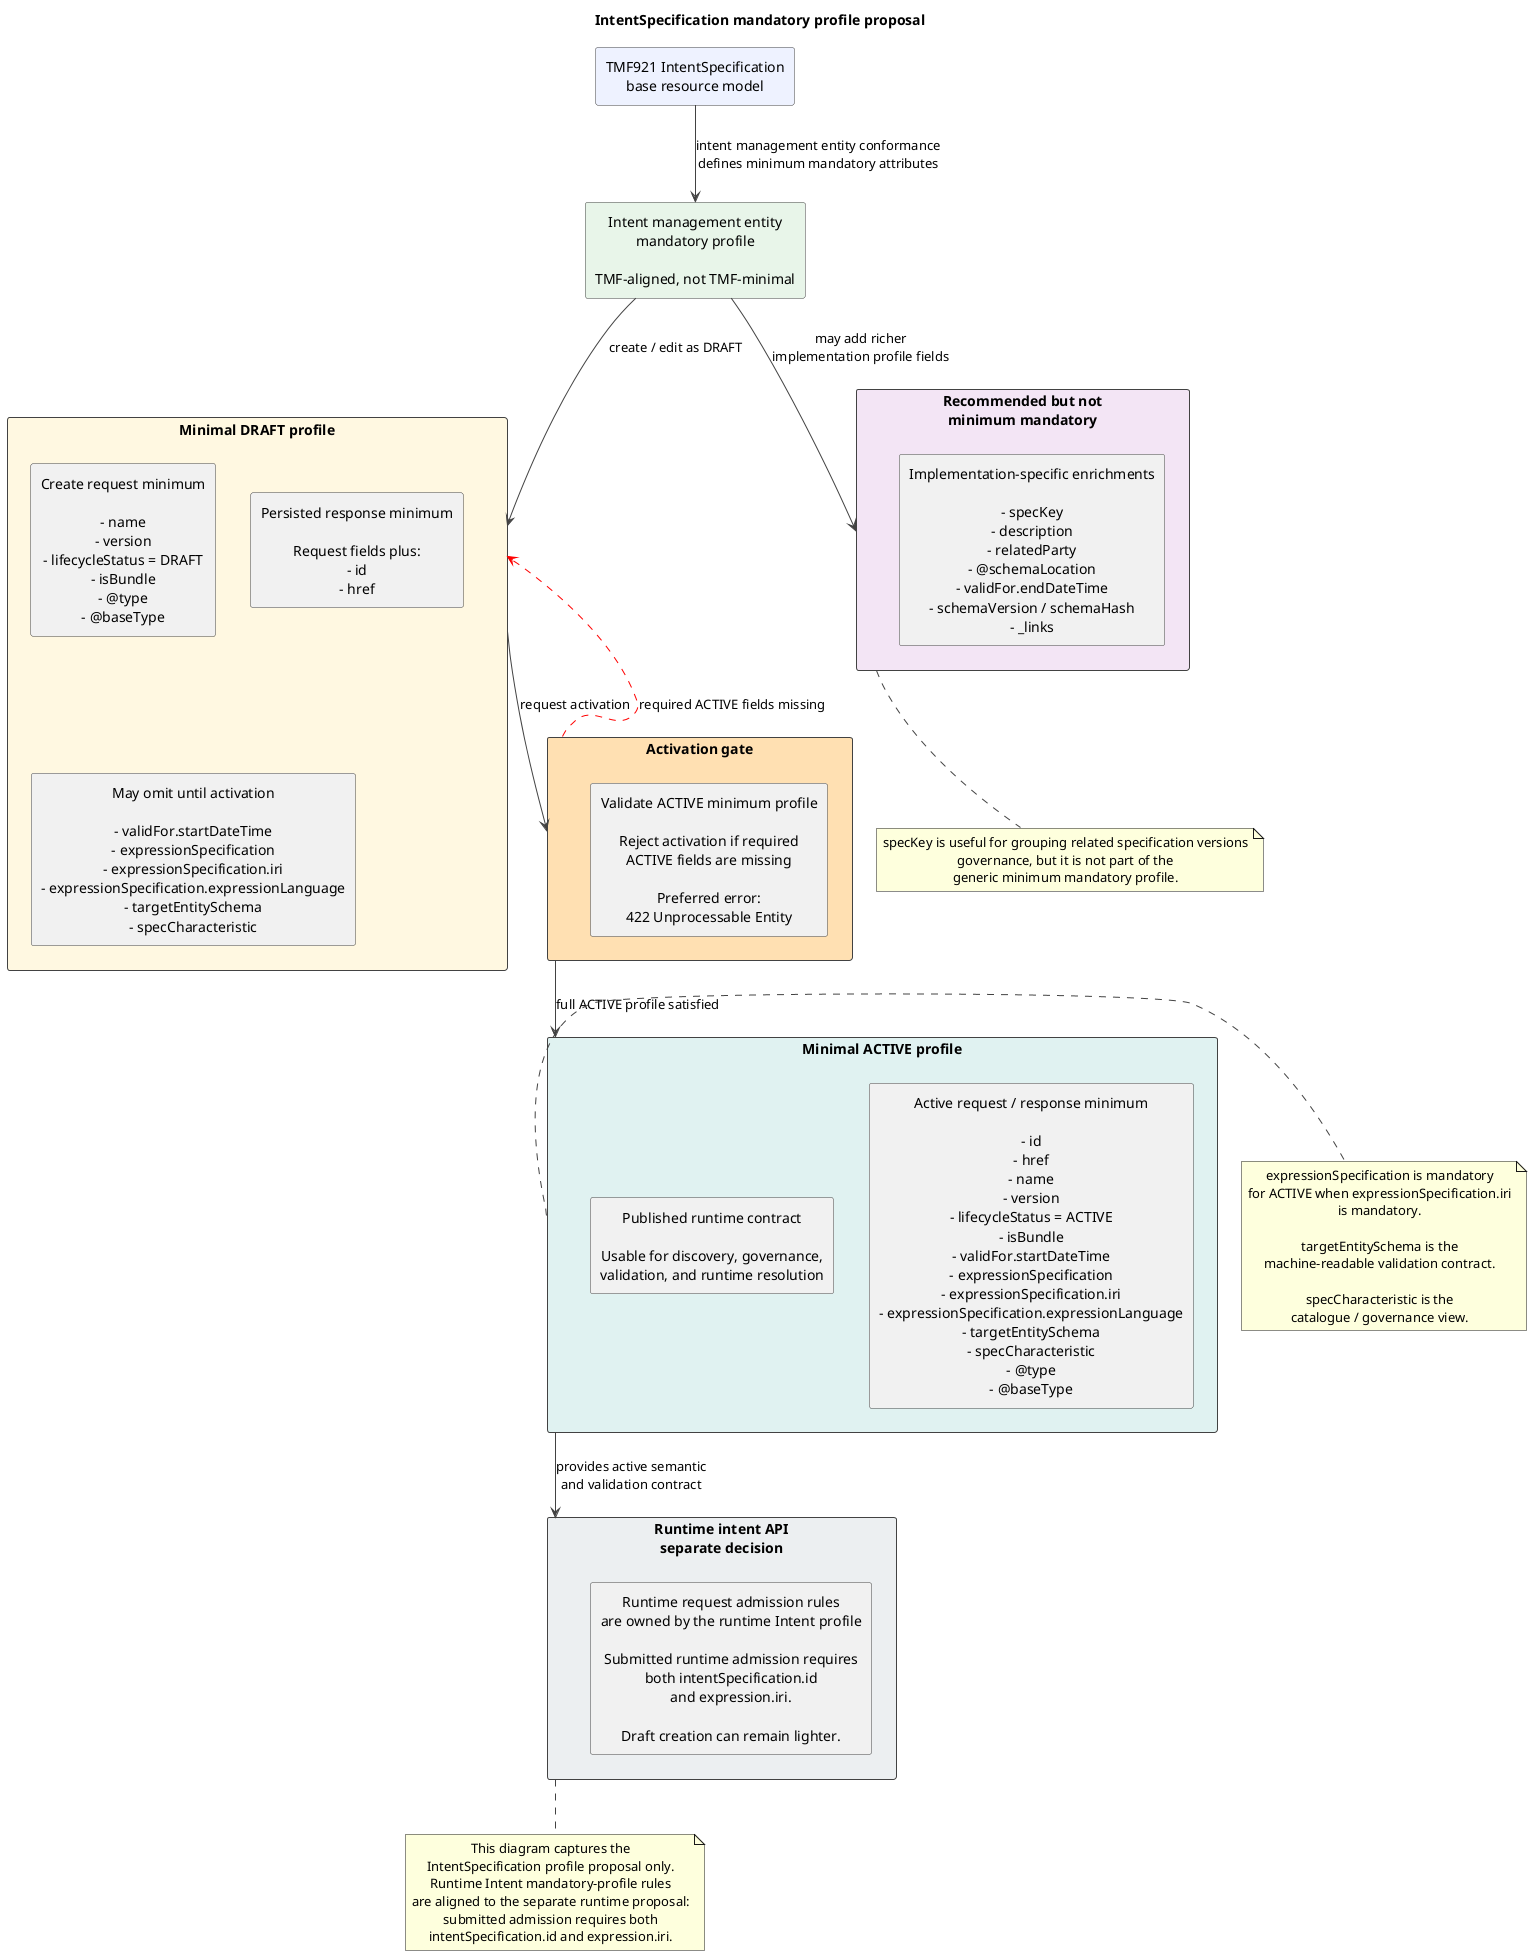
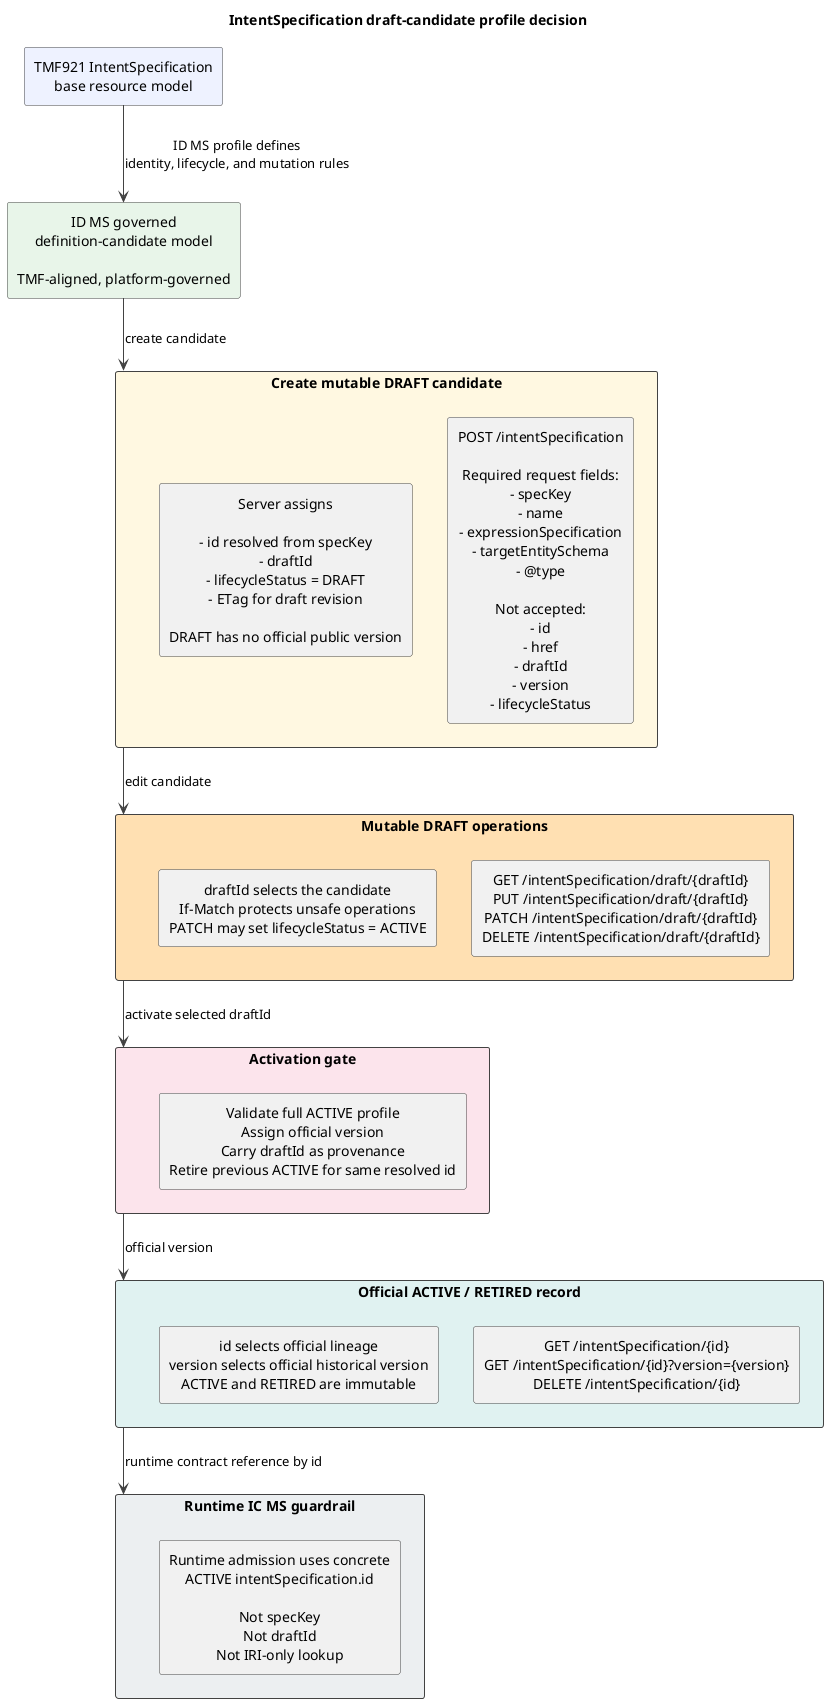
@startuml
- title IntentSpecification mandatory profile proposal
+ title IntentSpecification draft-candidate profile decision

skinparam shadowing false
skinparam defaultTextAlignment center
skinparam packageStyle rectangle
skinparam ArrowColor #424242
skinparam RectangleBorderColor #424242

rectangle "TMF921 IntentSpecification\nbase resource model" as TMF #EEF2FF
+ rectangle "ID MS governed\ndefinition-candidate model\n\nTMF-aligned, platform-governed" as PROFILE #E8F5E9

- rectangle "Intent management entity\nmandatory profile\n\nTMF-aligned, not TMF-minimal" as PROFILE #E8F5E9
+ TMF --> PROFILE : ID MS profile defines\nidentity, lifecycle, and mutation rules

- TMF --> PROFILE : intent management entity conformance\ndefines minimum mandatory attributes
- 
- rectangle "Minimal DRAFT profile" as DRAFT #FFF8E1 {
-   rectangle "Create request minimum\n\n- name\n- version\n- lifecycleStatus = DRAFT\n- isBundle\n- @type\n- @baseType" as DRAFT_REQ
-   rectangle "Persisted response minimum\n\nRequest fields plus:\n- id\n- href" as DRAFT_RESP
-   rectangle "May omit until activation\n\n- validFor.startDateTime\n- expressionSpecification\n- expressionSpecification.iri\n- expressionSpecification.expressionLanguage\n- targetEntitySchema\n- specCharacteristic" as DRAFT_OMIT
+ rectangle "Create mutable DRAFT candidate" as DRAFT #FFF8E1 {
+   rectangle "POST /intentSpecification\n\nRequired request fields:\n- specKey\n- name\n- expressionSpecification\n- targetEntitySchema\n- @type\n\nNot accepted:\n- id\n- href\n- draftId\n- version\n- lifecycleStatus" as DRAFT_REQ
+   rectangle "Server assigns\n\n- id resolved from specKey\n- draftId\n- lifecycleStatus = DRAFT\n- ETag for draft revision\n\nDRAFT has no official public version" as DRAFT_RESP
}

- rectangle "Activation gate" as GATE #FFE0B2 {
-   rectangle "Validate ACTIVE minimum profile\n\nReject activation if required\nACTIVE fields are missing\n\nPreferred error:\n422 Unprocessable Entity" as VALIDATE
+ rectangle "Mutable DRAFT operations" as DRAFT_OPS #FFE0B2 {
+   rectangle "GET /intentSpecification/draft/{draftId}\nPUT /intentSpecification/draft/{draftId}\nPATCH /intentSpecification/draft/{draftId}\nDELETE /intentSpecification/draft/{draftId}" as DRAFT_ROUTES
+   rectangle "draftId selects the candidate\nIf-Match protects unsafe operations\nPATCH may set lifecycleStatus = ACTIVE" as DRAFT_RULES
}

- rectangle "Minimal ACTIVE profile" as ACTIVE #E0F2F1 {
-   rectangle "Active request / response minimum\n\n- id\n- href\n- name\n- version\n- lifecycleStatus = ACTIVE\n- isBundle\n- validFor.startDateTime\n- expressionSpecification\n- expressionSpecification.iri\n- expressionSpecification.expressionLanguage\n- targetEntitySchema\n- specCharacteristic\n- @type\n- @baseType" as ACTIVE_FIELDS
-   rectangle "Published runtime contract\n\nUsable for discovery, governance,\nvalidation, and runtime resolution" as ACTIVE_CONTRACT
+ rectangle "Activation gate" as GATE #FCE4EC {
+   rectangle "Validate full ACTIVE profile\nAssign official version\nCarry draftId as provenance\nRetire previous ACTIVE for same resolved id" as ACTIVATE
}

- rectangle "Recommended but not\nminimum mandatory" as OPTIONAL #F3E5F5 {
-   rectangle "Implementation-specific enrichments\n\n- specKey\n- description\n- relatedParty\n- @schemaLocation\n- validFor.endDateTime\n- schemaVersion / schemaHash\n- _links" as OPTIONAL_FIELDS
+ rectangle "Official ACTIVE / RETIRED record" as ACTIVE #E0F2F1 {
+   rectangle "GET /intentSpecification/{id}\nGET /intentSpecification/{id}?version={version}\nDELETE /intentSpecification/{id}" as ACTIVE_ROUTES
+   rectangle "id selects official lineage\nversion selects official historical version\nACTIVE and RETIRED are immutable" as ACTIVE_RULES
}

- rectangle "Runtime intent API\nseparate decision" as RUNTIME #ECEFF1 {
-   rectangle "Runtime request admission rules\nare owned by the runtime Intent profile\n\nSubmitted runtime admission requires\nboth intentSpecification.id\nand expression.iri.\n\nDraft creation can remain lighter." as RUNTIME_RULE
+ rectangle "Runtime IC MS guardrail" as RUNTIME #ECEFF1 {
+   rectangle "Runtime admission uses concrete\nACTIVE intentSpecification.id\n\nNot specKey\nNot draftId\nNot IRI-only lookup" as RUNTIME_RULE
}

- PROFILE --> DRAFT : create / edit as DRAFT
- DRAFT --> GATE : request activation
- GATE --> ACTIVE : full ACTIVE profile satisfied
- GATE -[#red,dashed]-> DRAFT : required ACTIVE fields missing
- ACTIVE --> RUNTIME : provides active semantic\nand validation contract
- PROFILE --> OPTIONAL : may add richer\nimplementation profile fields
- 
- note right of ACTIVE
- expressionSpecification is mandatory
- for ACTIVE when expressionSpecification.iri
- is mandatory.
- 
- targetEntitySchema is the
- machine-readable validation contract.
- 
- specCharacteristic is the
- catalogue / governance view.
- end note
- 
- note bottom of OPTIONAL
- specKey is useful for grouping related specification versions
- governance, but it is not part of the
- generic minimum mandatory profile.
- end note
- 
- note bottom of RUNTIME
- This diagram captures the
- IntentSpecification profile proposal only.
- Runtime Intent mandatory-profile rules
- are aligned to the separate runtime proposal:
- submitted admission requires both
- intentSpecification.id and expression.iri.
- end note
- 
+ PROFILE --> DRAFT : create candidate
+ DRAFT --> DRAFT_OPS : edit candidate
+ DRAFT_OPS --> GATE : activate selected draftId
+ GATE --> ACTIVE : official version
+ ACTIVE --> RUNTIME : runtime contract reference by id
@enduml
